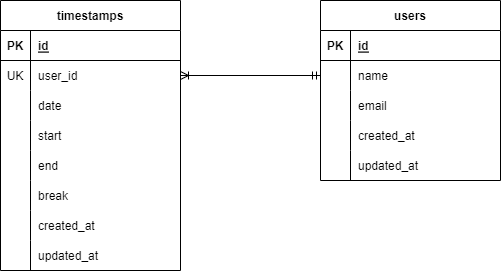
Above: src/.drawio.png in yoshikiakazawa/atte_practice (draw.io), before the change. Source tidied: cells renumbered, new cells last; positions are measured from the earlier drawing's top-left corner, leaving out a move shared by most shapes.
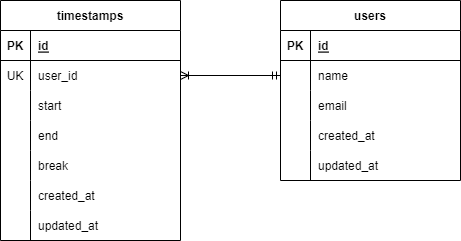
After the change.

The edit, as a diff of the source:
```diff
@@ -3,7 +3,7 @@
     <mxCell id="0" />
     <mxCell id="1" parent="0" />
     <mxCell id="2" value="timestamps" style="shape=table;startSize=30;rowLines=0;fontStyle=1;align=center;" parent="1" vertex="1">
-      <mxGeometry width="180" height="270" as="geometry" />
+      <mxGeometry x="160" y="-20" width="180" height="240" as="geometry" />
     </mxCell>
     <mxCell id="3" style="shape=tableRow;horizontal=0;startSize=0;swimlaneHead=0;swimlaneBody=0;fillColor=none;top=0;left=0;right=0;bottom=1;" parent="2" vertex="1">
       <mxGeometry y="30" width="180" height="30" as="geometry" />
@@ -23,17 +23,8 @@
     <mxCell id="8" value="user_id" style="shape=partialRectangle;fillColor=none;top=0;left=0;bottom=0;right=0;align=left;spacingLeft=6;overflow=hidden;" parent="6" vertex="1">
       <mxGeometry x="30" width="150" height="30" as="geometry" />
     </mxCell>
-    <mxCell id="9" style="shape=tableRow;horizontal=0;startSize=0;swimlaneHead=0;swimlaneBody=0;fillColor=none;top=0;left=0;right=0;bottom=0;" parent="2" vertex="1">
-      <mxGeometry y="90" width="180" height="30" as="geometry" />
-    </mxCell>
-    <mxCell id="10" style="shape=partialRectangle;fillColor=none;top=0;left=0;bottom=0;right=0;overflow=hidden;" parent="9" vertex="1">
-      <mxGeometry width="30" height="30" as="geometry" />
-    </mxCell>
-    <mxCell id="11" value="date" style="shape=partialRectangle;fillColor=none;top=0;left=0;bottom=0;right=0;align=left;spacingLeft=6;overflow=hidden;" parent="9" vertex="1">
-      <mxGeometry x="30" width="150" height="30" as="geometry" />
-    </mxCell>
     <mxCell id="12" style="shape=tableRow;horizontal=0;startSize=0;swimlaneHead=0;swimlaneBody=0;fillColor=none;top=0;left=0;right=0;bottom=0;" parent="2" vertex="1">
-      <mxGeometry y="120" width="180" height="30" as="geometry" />
+      <mxGeometry y="90" width="180" height="30" as="geometry" />
     </mxCell>
     <mxCell id="13" style="shape=partialRectangle;fillColor=none;top=0;left=0;bottom=0;right=0;overflow=hidden;" parent="12" vertex="1">
       <mxGeometry width="30" height="30" as="geometry" />
@@ -42,7 +33,7 @@
       <mxGeometry x="30" width="150" height="30" as="geometry" />
     </mxCell>
     <mxCell id="15" style="shape=tableRow;horizontal=0;startSize=0;swimlaneHead=0;swimlaneBody=0;fillColor=none;top=0;left=0;right=0;bottom=0;" parent="2" vertex="1">
-      <mxGeometry y="150" width="180" height="30" as="geometry" />
+      <mxGeometry y="120" width="180" height="30" as="geometry" />
     </mxCell>
     <mxCell id="16" style="shape=partialRectangle;fillColor=none;top=0;left=0;bottom=0;right=0;overflow=hidden;" parent="15" vertex="1">
       <mxGeometry width="30" height="30" as="geometry" />
@@ -51,7 +42,7 @@
       <mxGeometry x="30" width="150" height="30" as="geometry" />
     </mxCell>
     <mxCell id="18" style="shape=tableRow;horizontal=0;startSize=0;swimlaneHead=0;swimlaneBody=0;fillColor=none;top=0;left=0;right=0;bottom=0;" parent="2" vertex="1">
-      <mxGeometry y="180" width="180" height="30" as="geometry" />
+      <mxGeometry y="150" width="180" height="30" as="geometry" />
     </mxCell>
     <mxCell id="19" style="shape=partialRectangle;fillColor=none;top=0;left=0;bottom=0;right=0;overflow=hidden;" parent="18" vertex="1">
       <mxGeometry width="30" height="30" as="geometry" />
@@ -60,7 +51,7 @@
       <mxGeometry x="30" width="150" height="30" as="geometry" />
     </mxCell>
     <mxCell id="21" style="shape=tableRow;horizontal=0;startSize=0;swimlaneHead=0;swimlaneBody=0;fillColor=none;top=0;left=0;right=0;bottom=0;" parent="2" vertex="1">
-      <mxGeometry y="210" width="180" height="30" as="geometry" />
+      <mxGeometry y="180" width="180" height="30" as="geometry" />
     </mxCell>
     <mxCell id="22" style="shape=partialRectangle;fillColor=none;top=0;left=0;bottom=0;right=0;overflow=hidden;" parent="21" vertex="1">
       <mxGeometry width="30" height="30" as="geometry" />
@@ -69,7 +60,7 @@
       <mxGeometry x="30" width="150" height="30" as="geometry" />
     </mxCell>
     <mxCell id="24" style="shape=tableRow;horizontal=0;startSize=0;swimlaneHead=0;swimlaneBody=0;fillColor=none;top=0;left=0;right=0;bottom=0;" parent="2" vertex="1">
-      <mxGeometry y="240" width="180" height="30" as="geometry" />
+      <mxGeometry y="210" width="180" height="30" as="geometry" />
     </mxCell>
     <mxCell id="25" style="shape=partialRectangle;fillColor=none;top=0;left=0;bottom=0;right=0;overflow=hidden;" parent="24" vertex="1">
       <mxGeometry width="30" height="30" as="geometry" />
@@ -78,7 +69,7 @@
       <mxGeometry x="30" width="150" height="30" as="geometry" />
     </mxCell>
     <mxCell id="27" value="users" style="shape=table;startSize=30;rowLines=0;fontStyle=1;align=center;" parent="1" vertex="1">
-      <mxGeometry x="320" width="180" height="180" as="geometry" />
+      <mxGeometry x="440" y="-20" width="180" height="180" as="geometry" />
     </mxCell>
     <mxCell id="28" style="shape=tableRow;horizontal=0;startSize=0;swimlaneHead=0;swimlaneBody=0;fillColor=none;top=0;left=0;right=0;bottom=1;" parent="27" vertex="1">
       <mxGeometry y="30" width="180" height="30" as="geometry" />
```
